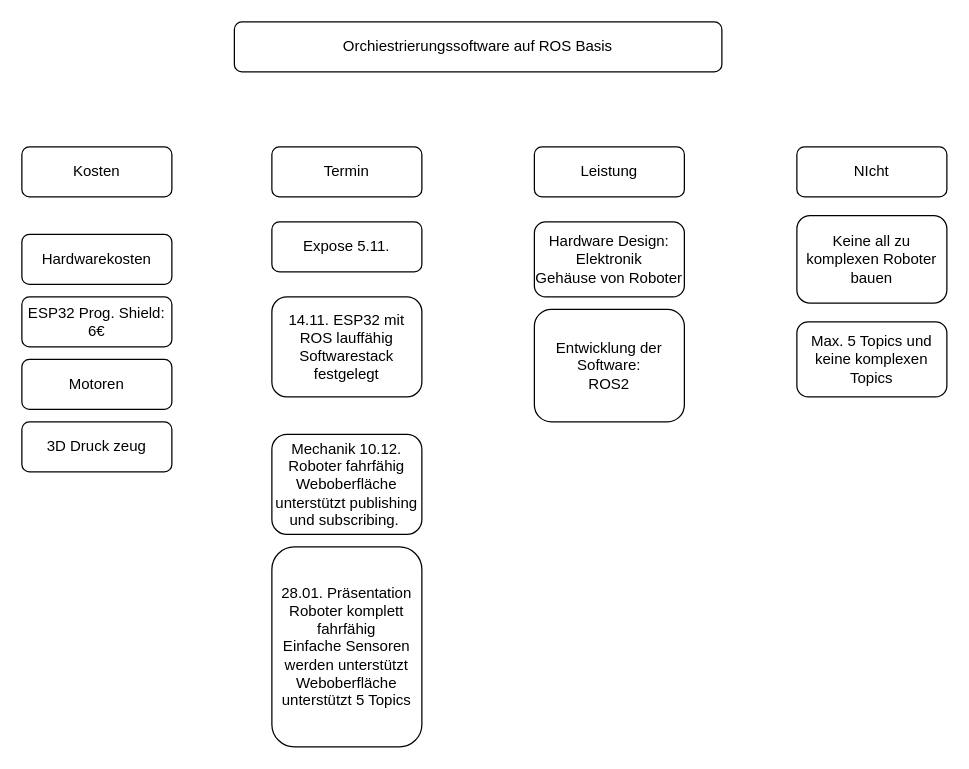
Above: doc/projektmanagement/Zielsetzung.drawio in qaysedc/SystemadministrationWiSe22 (draw.io), before the change. Source tidied: cells renumbered, new cells numbered last; positions are measured from the earlier drawing's top-left corner, leaving out a move shared by most shapes. Both pictures are drawn from the tidied source at 125%, with x=0, y=0 at pixel (21, 21).
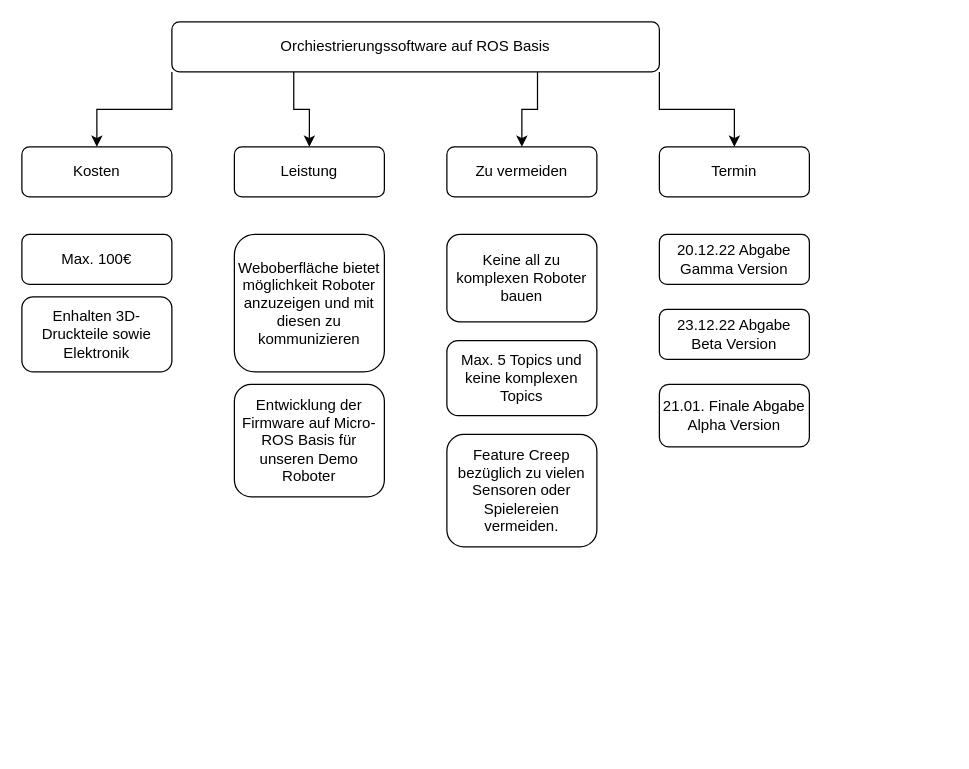
The same page after the edit.

Unchanged cells that the change refers to:
```xml
<mxCell id="4" value="Kosten" style="rounded=1;whiteSpace=wrap;html=1;fontSize=12;glass=0;strokeWidth=1;shadow=0;" parent="1" vertex="1">
  <mxGeometry y="100" width="120" height="40" as="geometry" />
</mxCell>
```

What changed in the source:
```diff
@@
+    <mxCell id="19" style="edgeStyle=orthogonalEdgeStyle;rounded=0;jettySize=auto;html=1;exitX=0;exitY=1;exitDx=0;exitDy=0;entryX=0.5;entryY=0;entryDx=0;entryDy=0;" parent="1" edge="1" source="2" target="4">
+      <mxGeometry relative="1" as="geometry" />
+    </mxCell>
+    <mxCell id="20" style="edgeStyle=orthogonalEdgeStyle;rounded=0;jettySize=auto;html=1;exitX=0.25;exitY=1;exitDx=0;exitDy=0;entryX=0.5;entryY=0;entryDx=0;entryDy=0;" parent="1" edge="1" source="2" target="3">
+      <mxGeometry relative="1" as="geometry" />
+    </mxCell>
+    <mxCell id="21" style="edgeStyle=orthogonalEdgeStyle;rounded=0;jettySize=auto;html=1;exitX=0.75;exitY=1;exitDx=0;exitDy=0;entryX=0.5;entryY=0;entryDx=0;entryDy=0;" parent="1" edge="1" source="2" target="6">
+      <mxGeometry relative="1" as="geometry" />
+    </mxCell>
+    <mxCell id="22" style="edgeStyle=orthogonalEdgeStyle;rounded=0;jettySize=auto;html=1;exitX=1;exitY=1;exitDx=0;exitDy=0;" parent="1" edge="1" source="2" target="5">
+      <mxGeometry relative="1" as="geometry" />
+    </mxCell>
     <mxCell id="2" value="Orchiestrierungssoftware auf ROS Basis" style="rounded=1;whiteSpace=wrap;html=1;fontSize=12;glass=0;strokeWidth=1;shadow=0;" parent="1" vertex="1">
-      <mxGeometry x="170" width="390" height="40" as="geometry" />
+      <mxGeometry x="120" width="390" height="40" as="geometry" />
     </mxCell>
     <mxCell id="3" value="Leistung" style="rounded=1;whiteSpace=wrap;html=1;fontSize=12;glass=0;strokeWidth=1;shadow=0;" parent="1" vertex="1">
-      <mxGeometry x="410" y="100" width="120" height="40" as="geometry" />
+      <mxGeometry x="170" y="100" width="120" height="40" as="geometry" />
     </mxCell>
@@
     <mxCell id="5" value="Termin" style="rounded=1;whiteSpace=wrap;html=1;fontSize=12;glass=0;strokeWidth=1;shadow=0;" parent="1" vertex="1">
-      <mxGeometry x="200" y="100" width="120" height="40" as="geometry" />
+      <mxGeometry x="510" y="100" width="120" height="40" as="geometry" />
     </mxCell>
-    <mxCell id="6" value="NIcht" style="rounded=1;whiteSpace=wrap;html=1;fontSize=12;glass=0;strokeWidth=1;shadow=0;" parent="1" vertex="1">
-      <mxGeometry x="620" y="100" width="120" height="40" as="geometry" />
+    <mxCell id="6" value="Zu vermeiden" style="rounded=1;whiteSpace=wrap;html=1;fontSize=12;glass=0;strokeWidth=1;shadow=0;" parent="1" vertex="1">
+      <mxGeometry x="340" y="100" width="120" height="40" as="geometry" />
     </mxCell>
-    <mxCell id="7" value="Hardwarekosten" style="rounded=1;whiteSpace=wrap;html=1;fontSize=12;glass=0;strokeWidth=1;shadow=0;" parent="1" vertex="1">
+    <mxCell id="7" value="Max. 100€" style="rounded=1;whiteSpace=wrap;html=1;fontSize=12;glass=0;strokeWidth=1;shadow=0;" parent="1" vertex="1">
       <mxGeometry y="170" width="120" height="40" as="geometry" />
     </mxCell>
-    <mxCell id="8" value="Expose 5.11." style="rounded=1;whiteSpace=wrap;html=1;fontSize=12;glass=0;strokeWidth=1;shadow=0;" parent="1" vertex="1">
-      <mxGeometry x="200" y="160" width="120" height="40" as="geometry" />
+    <mxCell id="8" value="20.12.22 Abgabe Gamma Version" style="rounded=1;whiteSpace=wrap;html=1;fontSize=12;glass=0;strokeWidth=1;shadow=0;" parent="1" vertex="1">
+      <mxGeometry x="510" y="170" width="120" height="40" as="geometry" />
     </mxCell>
-    <mxCell id="9" value="Mechanik 10.12.&lt;br&gt;Roboter fahrfähig&lt;br&gt;Weboberfläche unterstützt publishing und subscribing.&amp;nbsp;" style="rounded=1;whiteSpace=wrap;html=1;fontSize=12;glass=0;strokeWidth=1;shadow=0;" parent="1" vertex="1">
-      <mxGeometry x="200" y="330" width="120" height="80" as="geometry" />
-    </mxCell>
-    <mxCell id="10" value="28.01. Präsentation&lt;br&gt;Roboter komplett fahrfähig&lt;br&gt;Einfache Sensoren werden unterstützt&lt;br&gt;Weboberfläche unterstützt 5 Topics" style="rounded=1;whiteSpace=wrap;html=1;fontSize=12;glass=0;strokeWidth=1;shadow=0;" parent="1" vertex="1">
-      <mxGeometry x="200" y="420" width="120" height="160" as="geometry" />
+    <mxCell id="10" value="21.01. Finale Abgabe Alpha Version" style="rounded=1;whiteSpace=wrap;html=1;fontSize=12;glass=0;strokeWidth=1;shadow=0;" parent="1" vertex="1">
+      <mxGeometry x="510" y="290" width="120" height="50" as="geometry" />
     </mxCell>
-    <mxCell id="11" value="Entwicklung der Software:&lt;br&gt;ROS2&lt;br&gt;" style="rounded=1;whiteSpace=wrap;html=1;fontSize=12;glass=0;strokeWidth=1;shadow=0;" parent="1" vertex="1">
-      <mxGeometry x="410" y="230" width="120" height="90" as="geometry" />
+    <mxCell id="11" value="Entwicklung der Firmware auf Micro-ROS Basis für unseren Demo Roboter" style="rounded=1;whiteSpace=wrap;html=1;fontSize=12;glass=0;strokeWidth=1;shadow=0;" parent="1" vertex="1">
+      <mxGeometry x="170" y="290" width="120" height="90" as="geometry" />
     </mxCell>
-    <mxCell id="12" value="Hardware Design:&lt;br&gt;Elektronik&lt;br&gt;Gehäuse von Roboter" style="rounded=1;whiteSpace=wrap;html=1;fontSize=12;glass=0;strokeWidth=1;shadow=0;" parent="1" vertex="1">
-      <mxGeometry x="410" y="160" width="120" height="60" as="geometry" />
+    <mxCell id="12" value="Weboberfläche bietet möglichkeit Roboter anzuzeigen und mit diesen zu kommunizieren" style="rounded=1;whiteSpace=wrap;html=1;fontSize=12;glass=0;strokeWidth=1;shadow=0;" parent="1" vertex="1">
+      <mxGeometry x="170" y="170" width="120" height="110" as="geometry" />
     </mxCell>
-    <mxCell id="13" value="14.11. ESP32 mit ROS lauffähig&lt;br&gt;Softwarestack festgelegt" style="rounded=1;whiteSpace=wrap;html=1;fontSize=12;glass=0;strokeWidth=1;shadow=0;" parent="1" vertex="1">
-      <mxGeometry x="200" y="220" width="120" height="80" as="geometry" />
+    <mxCell id="13" value="23.12.22 Abgabe Beta Version" style="rounded=1;whiteSpace=wrap;html=1;fontSize=12;glass=0;strokeWidth=1;shadow=0;" parent="1" vertex="1">
+      <mxGeometry x="510" y="230" width="120" height="40" as="geometry" />
     </mxCell>
-    <mxCell id="14" value="ESP32 Prog. Shield: 6€" style="rounded=1;whiteSpace=wrap;html=1;fontSize=12;glass=0;strokeWidth=1;shadow=0;" parent="1" vertex="1">
-      <mxGeometry y="220" width="120" height="40" as="geometry" />
+    <mxCell id="14" value="Enhalten 3D-Druckteile sowie Elektronik" style="rounded=1;whiteSpace=wrap;html=1;fontSize=12;glass=0;strokeWidth=1;shadow=0;" parent="1" vertex="1">
+      <mxGeometry y="220" width="120" height="60" as="geometry" />
     </mxCell>
-    <mxCell id="15" value="Motoren" style="rounded=1;whiteSpace=wrap;html=1;fontSize=12;glass=0;strokeWidth=1;shadow=0;" parent="1" vertex="1">
-      <mxGeometry y="270" width="120" height="40" as="geometry" />
-    </mxCell>
     <mxCell id="16" value="Keine all zu komplexen Roboter bauen" style="rounded=1;whiteSpace=wrap;html=1;fontSize=12;glass=0;strokeWidth=1;shadow=0;" parent="1" vertex="1">
-      <mxGeometry x="620" y="155" width="120" height="70" as="geometry" />
+      <mxGeometry x="340" y="170" width="120" height="70" as="geometry" />
     </mxCell>
     <mxCell id="17" value="Max. 5 Topics und keine komplexen Topics" style="rounded=1;whiteSpace=wrap;html=1;fontSize=12;glass=0;strokeWidth=1;shadow=0;" parent="1" vertex="1">
-      <mxGeometry x="620" y="240" width="120" height="60" as="geometry" />
+      <mxGeometry x="340" y="255" width="120" height="60" as="geometry" />
     </mxCell>
-    <mxCell id="18" value="3D Druck zeug" style="rounded=1;whiteSpace=wrap;html=1;fontSize=12;glass=0;strokeWidth=1;shadow=0;" parent="1" vertex="1">
-      <mxGeometry y="320" width="120" height="40" as="geometry" />
-    </mxCell>
+    <mxCell id="23" value="Feature Creep bezüglich zu vielen Sensoren oder Spielereien vermeiden." style="rounded=1;whiteSpace=wrap;html=1;fontSize=12;glass=0;strokeWidth=1;shadow=0;" parent="1" vertex="1">
+      <mxGeometry x="340" y="330" width="120" height="90" as="geometry" />
+    </mxCell>
```
